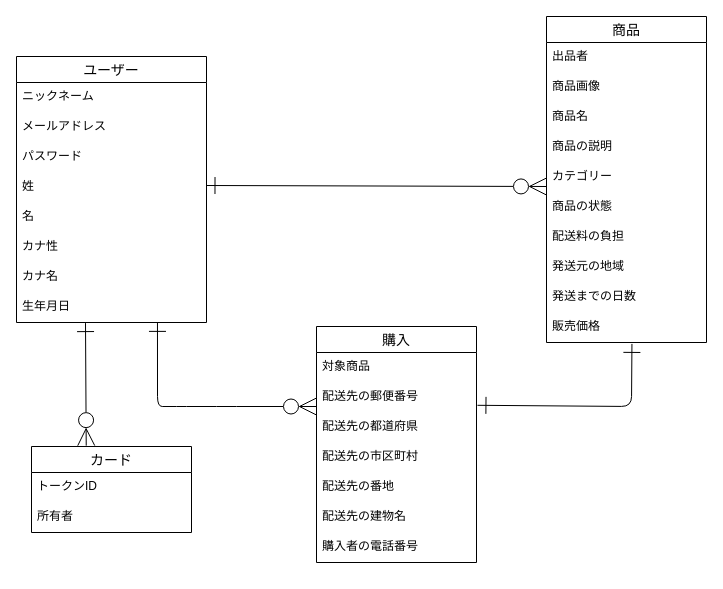
This is ER.dio from Yoshito21/furima-38911, a draw.io file, before an edit. Source tidied: cells renumbered, new cells numbered last; positions are measured from the earlier drawing's top-left corner, leaving out a move shared by most shapes. Both pictures are drawn from the tidied source at 100%, with x=0, y=0 at pixel (16, 16).
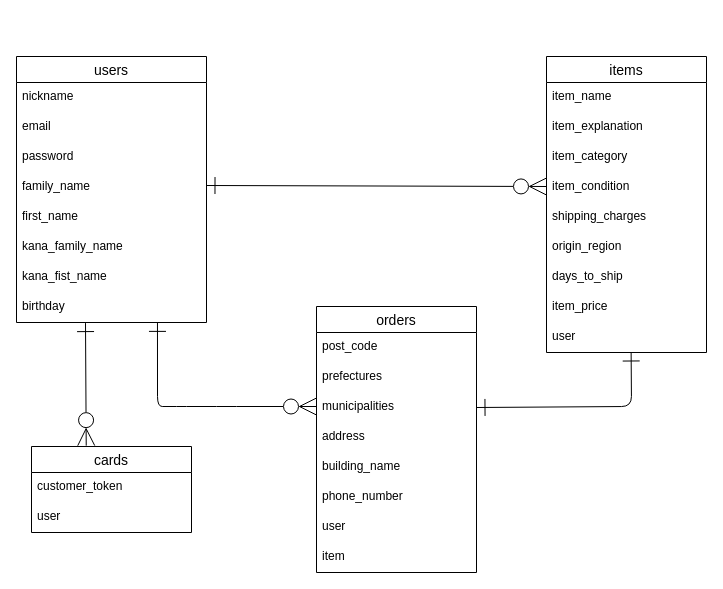
The same diagram, later.

Change to the diagram source:
```diff
@@
-    <mxCell id="2" value="ユーザー" style="swimlane;fontStyle=0;horizontal=1;startSize=26;align=center;fontSize=14;" parent="1" vertex="1">
+    <mxCell id="2" value="users" style="swimlane;fontStyle=0;horizontal=1;startSize=26;align=center;fontSize=14;" parent="1" vertex="1">
       <mxGeometry y="40" width="190" height="266" as="geometry" />
     </mxCell>
-    <mxCell id="3" value="ニックネーム" style="text;strokeColor=none;fillColor=none;spacingLeft=4;spacingRight=4;overflow=hidden;fontSize=12;" parent="2" vertex="1">
+    <mxCell id="3" value="nickname" style="text;strokeColor=none;fillColor=none;spacingLeft=4;spacingRight=4;overflow=hidden;fontSize=12;" parent="2" vertex="1">
       <mxGeometry y="26" width="190" height="30" as="geometry" />
     </mxCell>
-    <mxCell id="4" value="メールアドレス" style="text;strokeColor=none;fillColor=none;spacingLeft=4;spacingRight=4;overflow=hidden;fontSize=12;" parent="2" vertex="1">
+    <mxCell id="4" value="email" style="text;strokeColor=none;fillColor=none;spacingLeft=4;spacingRight=4;overflow=hidden;fontSize=12;" parent="2" vertex="1">
       <mxGeometry y="56" width="190" height="30" as="geometry" />
     </mxCell>
-    <mxCell id="5" value="パスワード" style="text;strokeColor=none;fillColor=none;spacingLeft=4;spacingRight=4;overflow=hidden;fontSize=12;" parent="2" vertex="1">
+    <mxCell id="5" value="password" style="text;strokeColor=none;fillColor=none;spacingLeft=4;spacingRight=4;overflow=hidden;fontSize=12;" parent="2" vertex="1">
       <mxGeometry y="86" width="190" height="30" as="geometry" />
     </mxCell>
-    <mxCell id="6" value="姓" style="text;strokeColor=none;fillColor=none;spacingLeft=4;spacingRight=4;overflow=hidden;fontSize=12;" parent="2" vertex="1">
+    <mxCell id="6" value="family_name" style="text;strokeColor=none;fillColor=none;spacingLeft=4;spacingRight=4;overflow=hidden;fontSize=12;" parent="2" vertex="1">
       <mxGeometry y="116" width="190" height="30" as="geometry" />
     </mxCell>
-    <mxCell id="7" value="名" style="text;strokeColor=none;fillColor=none;spacingLeft=4;spacingRight=4;overflow=hidden;fontSize=12;" parent="2" vertex="1">
+    <mxCell id="7" value="first_name" style="text;strokeColor=none;fillColor=none;spacingLeft=4;spacingRight=4;overflow=hidden;fontSize=12;" parent="2" vertex="1">
       <mxGeometry y="146" width="190" height="30" as="geometry" />
     </mxCell>
-    <mxCell id="8" value="カナ性" style="text;strokeColor=none;fillColor=none;spacingLeft=4;spacingRight=4;overflow=hidden;fontSize=12;" parent="2" vertex="1">
+    <mxCell id="8" value="kana_family_name" style="text;strokeColor=none;fillColor=none;spacingLeft=4;spacingRight=4;overflow=hidden;fontSize=12;" parent="2" vertex="1">
       <mxGeometry y="176" width="190" height="30" as="geometry" />
     </mxCell>
-    <mxCell id="9" value="カナ名" style="text;strokeColor=none;fillColor=none;spacingLeft=4;spacingRight=4;overflow=hidden;fontSize=12;" parent="2" vertex="1">
+    <mxCell id="9" value="kana_fist_name" style="text;strokeColor=none;fillColor=none;spacingLeft=4;spacingRight=4;overflow=hidden;fontSize=12;" parent="2" vertex="1">
       <mxGeometry y="206" width="190" height="30" as="geometry" />
     </mxCell>
-    <mxCell id="10" value="生年月日" style="text;strokeColor=none;fillColor=none;spacingLeft=4;spacingRight=4;overflow=hidden;points=[[0,0.5],[1,0.5]];portConstraint=eastwest;fontSize=12;" parent="2" vertex="1">
+    <mxCell id="10" value="birthday" style="text;strokeColor=none;fillColor=none;spacingLeft=4;spacingRight=4;overflow=hidden;points=[[0,0.5],[1,0.5]];portConstraint=eastwest;fontSize=12;" parent="2" vertex="1">
       <mxGeometry y="236" width="190" height="30" as="geometry" />
     </mxCell>
-    <mxCell id="11" value="商品" style="swimlane;fontStyle=0;horizontal=1;startSize=26;align=center;fontSize=14;" parent="1" vertex="1">
-      <mxGeometry x="530" width="160" height="326" as="geometry" />
+    <mxCell id="11" value="items" style="swimlane;fontStyle=0;horizontal=1;startSize=26;align=center;fontSize=14;" parent="1" vertex="1">
+      <mxGeometry x="530" y="40" width="160" height="296" as="geometry" />
     </mxCell>
-    <mxCell id="12" value="出品者" style="text;strokeColor=none;fillColor=none;spacingLeft=4;spacingRight=4;overflow=hidden;fontSize=12;" parent="11" vertex="1">
-      <mxGeometry y="26" width="160" height="30" as="geometry" />
-    </mxCell>
-    <mxCell id="13" value="商品画像" style="text;strokeColor=none;fillColor=none;spacingLeft=4;spacingRight=4;overflow=hidden;fontSize=12;" parent="11" vertex="1">
-      <mxGeometry y="56" width="160" height="30" as="geometry" />
-    </mxCell>
-    <mxCell id="14" value="商品名" style="text;strokeColor=none;fillColor=none;spacingLeft=4;spacingRight=4;overflow=hidden;fontSize=12;" parent="11" vertex="1">
-      <mxGeometry y="86" width="160" height="30" as="geometry" />
+    <mxCell id="14" value="item_name" style="text;strokeColor=none;fillColor=none;spacingLeft=4;spacingRight=4;overflow=hidden;fontSize=12;" parent="11" vertex="1">
+      <mxGeometry y="26" width="160" height="30" as="geometry" />
     </mxCell>
-    <mxCell id="15" value="商品の説明" style="text;strokeColor=none;fillColor=none;spacingLeft=4;spacingRight=4;overflow=hidden;fontSize=12;" parent="11" vertex="1">
-      <mxGeometry y="116" width="160" height="30" as="geometry" />
+    <mxCell id="15" value="item_explanation" style="text;strokeColor=none;fillColor=none;spacingLeft=4;spacingRight=4;overflow=hidden;fontSize=12;" parent="11" vertex="1">
+      <mxGeometry y="56" width="160" height="30" as="geometry" />
     </mxCell>
-    <mxCell id="16" value="カテゴリー" style="text;strokeColor=none;fillColor=none;spacingLeft=4;spacingRight=4;overflow=hidden;fontSize=12;" parent="11" vertex="1">
-      <mxGeometry y="146" width="160" height="30" as="geometry" />
+    <mxCell id="16" value="item_category" style="text;strokeColor=none;fillColor=none;spacingLeft=4;spacingRight=4;overflow=hidden;fontSize=12;" parent="11" vertex="1">
+      <mxGeometry y="86" width="160" height="30" as="geometry" />
     </mxCell>
-    <mxCell id="17" value="商品の状態" style="text;strokeColor=none;fillColor=none;spacingLeft=4;spacingRight=4;overflow=hidden;fontSize=12;" parent="11" vertex="1">
-      <mxGeometry y="176" width="160" height="30" as="geometry" />
+    <mxCell id="17" value="item_condition" style="text;strokeColor=none;fillColor=none;spacingLeft=4;spacingRight=4;overflow=hidden;fontSize=12;" parent="11" vertex="1">
+      <mxGeometry y="116" width="160" height="30" as="geometry" />
     </mxCell>
-    <mxCell id="18" value="配送料の負担" style="text;strokeColor=none;fillColor=none;spacingLeft=4;spacingRight=4;overflow=hidden;fontSize=12;" parent="11" vertex="1">
-      <mxGeometry y="206" width="160" height="30" as="geometry" />
+    <mxCell id="18" value="shipping_charges" style="text;strokeColor=none;fillColor=none;spacingLeft=4;spacingRight=4;overflow=hidden;fontSize=12;" parent="11" vertex="1">
+      <mxGeometry y="146" width="160" height="30" as="geometry" />
     </mxCell>
-    <mxCell id="19" value="発送元の地域" style="text;strokeColor=none;fillColor=none;spacingLeft=4;spacingRight=4;overflow=hidden;fontSize=12;" parent="11" vertex="1">
-      <mxGeometry y="236" width="160" height="30" as="geometry" />
+    <mxCell id="19" value="origin_region" style="text;strokeColor=none;fillColor=none;spacingLeft=4;spacingRight=4;overflow=hidden;fontSize=12;" parent="11" vertex="1">
+      <mxGeometry y="176" width="160" height="30" as="geometry" />
     </mxCell>
-    <mxCell id="20" value="発送までの日数" style="text;strokeColor=none;fillColor=none;spacingLeft=4;spacingRight=4;overflow=hidden;fontSize=12;" parent="11" vertex="1">
-      <mxGeometry y="266" width="160" height="30" as="geometry" />
+    <mxCell id="20" value="days_to_ship" style="text;strokeColor=none;fillColor=none;spacingLeft=4;spacingRight=4;overflow=hidden;fontSize=12;" parent="11" vertex="1">
+      <mxGeometry y="206" width="160" height="30" as="geometry" />
     </mxCell>
-    <mxCell id="21" value="販売価格" style="text;strokeColor=none;fillColor=none;spacingLeft=4;spacingRight=4;overflow=hidden;points=[[0,0.5],[1,0.5]];portConstraint=eastwest;fontSize=12;" parent="11" vertex="1">
-      <mxGeometry y="296" width="160" height="30" as="geometry" />
+    <mxCell id="21" value="item_price" style="text;strokeColor=none;fillColor=none;spacingLeft=4;spacingRight=4;overflow=hidden;points=[[0,0.5],[1,0.5]];portConstraint=eastwest;fontSize=12;" parent="11" vertex="1">
+      <mxGeometry y="236" width="160" height="30" as="geometry" />
     </mxCell>
+    <mxCell id="37" value="user" style="text;strokeColor=none;fillColor=none;spacingLeft=4;spacingRight=4;overflow=hidden;points=[[0,0.5],[1,0.5]];portConstraint=eastwest;fontSize=12;" parent="11" vertex="1">
+      <mxGeometry y="266" width="160" height="30" as="geometry" />
+    </mxCell>
@@
-    <mxCell id="23" value="購入" style="swimlane;fontStyle=0;horizontal=1;startSize=26;align=center;fontSize=14;" parent="1" vertex="1">
-      <mxGeometry x="300" y="310" width="160" height="236" as="geometry" />
+    <mxCell id="23" value="orders" style="swimlane;fontStyle=0;horizontal=1;startSize=26;align=center;fontSize=14;" parent="1" vertex="1">
+      <mxGeometry x="300" y="290" width="160" height="266" as="geometry" />
     </mxCell>
-    <mxCell id="24" value="対象商品" style="text;strokeColor=none;fillColor=none;spacingLeft=4;spacingRight=4;overflow=hidden;fontSize=12;" parent="23" vertex="1">
+    <mxCell id="24" value="post_code" style="text;strokeColor=none;fillColor=none;spacingLeft=4;spacingRight=4;overflow=hidden;fontSize=12;" parent="23" vertex="1">
       <mxGeometry y="26" width="160" height="30" as="geometry" />
     </mxCell>
-    <mxCell id="25" value="配送先の郵便番号" style="text;strokeColor=none;fillColor=none;spacingLeft=4;spacingRight=4;overflow=hidden;points=[[0,0.5],[1,0.5]];portConstraint=eastwest;fontSize=12;" parent="23" vertex="1">
+    <mxCell id="25" value="prefectures" style="text;strokeColor=none;fillColor=none;spacingLeft=4;spacingRight=4;overflow=hidden;points=[[0,0.5],[1,0.5]];portConstraint=eastwest;fontSize=12;" parent="23" vertex="1">
       <mxGeometry y="56" width="160" height="30" as="geometry" />
     </mxCell>
-    <mxCell id="26" value="配送先の都道府県" style="text;strokeColor=none;fillColor=none;spacingLeft=4;spacingRight=4;overflow=hidden;points=[[0,0.5],[1,0.5]];portConstraint=eastwest;fontSize=12;" parent="23" vertex="1">
+    <mxCell id="26" value="municipalities" style="text;strokeColor=none;fillColor=none;spacingLeft=4;spacingRight=4;overflow=hidden;points=[[0,0.5],[1,0.5]];portConstraint=eastwest;fontSize=12;" parent="23" vertex="1">
       <mxGeometry y="86" width="160" height="30" as="geometry" />
     </mxCell>
-    <mxCell id="27" value="配送先の市区町村" style="text;strokeColor=none;fillColor=none;spacingLeft=4;spacingRight=4;overflow=hidden;fontSize=12;" parent="23" vertex="1">
+    <mxCell id="27" value="address" style="text;strokeColor=none;fillColor=none;spacingLeft=4;spacingRight=4;overflow=hidden;fontSize=12;" parent="23" vertex="1">
       <mxGeometry y="116" width="160" height="30" as="geometry" />
     </mxCell>
-    <mxCell id="28" value="配送先の番地" style="text;strokeColor=none;fillColor=none;spacingLeft=4;spacingRight=4;overflow=hidden;fontSize=12;" parent="23" vertex="1">
+    <mxCell id="28" value="building_name" style="text;strokeColor=none;fillColor=none;spacingLeft=4;spacingRight=4;overflow=hidden;fontSize=12;" parent="23" vertex="1">
       <mxGeometry y="146" width="160" height="30" as="geometry" />
     </mxCell>
-    <mxCell id="29" value="配送先の建物名" style="text;strokeColor=none;fillColor=none;spacingLeft=4;spacingRight=4;overflow=hidden;fontSize=12;" parent="23" vertex="1">
+    <mxCell id="29" value="phone_number" style="text;strokeColor=none;fillColor=none;spacingLeft=4;spacingRight=4;overflow=hidden;fontSize=12;" parent="23" vertex="1">
       <mxGeometry y="176" width="160" height="30" as="geometry" />
     </mxCell>
-    <mxCell id="30" value="購入者の電話番号" style="text;strokeColor=none;fillColor=none;spacingLeft=4;spacingRight=4;overflow=hidden;fontSize=12;" parent="23" vertex="1">
+    <mxCell id="30" value="user" style="text;strokeColor=none;fillColor=none;spacingLeft=4;spacingRight=4;overflow=hidden;fontSize=12;" parent="23" vertex="1">
       <mxGeometry y="206" width="160" height="30" as="geometry" />
     </mxCell>
+    <mxCell id="38" value="item" style="text;strokeColor=none;fillColor=none;spacingLeft=4;spacingRight=4;overflow=hidden;fontSize=12;" parent="23" vertex="1">
+      <mxGeometry y="236" width="160" height="30" as="geometry" />
+    </mxCell>
@@
-    <mxCell id="32" style="edgeStyle=none;html=1;exitX=1.006;exitY=0.76;exitDx=0;exitDy=0;entryX=0.534;entryY=1.047;entryDx=0;entryDy=0;entryPerimeter=0;endSize=15;startSize=15;startArrow=ERone;startFill=0;endArrow=ERone;endFill=0;exitPerimeter=0;" parent="1" edge="1" source="25" target="21">
+    <mxCell id="32" style="edgeStyle=none;html=1;exitX=1;exitY=0.5;exitDx=0;exitDy=0;entryX=0.529;entryY=1;entryDx=0;entryDy=0;entryPerimeter=0;endSize=15;startSize=15;startArrow=ERone;startFill=0;endArrow=ERone;endFill=0;" parent="1" edge="1" source="26" target="37">
       <mxGeometry relative="1" as="geometry">
         <Array as="points">
           <mxPoint x="615" y="390" />
         </Array>
       </mxGeometry>
     </mxCell>
@@
-    <mxCell id="34" value="カード" style="swimlane;fontStyle=0;horizontal=1;startSize=26;align=center;fontSize=14;" parent="1" vertex="1">
+    <mxCell id="34" value="cards" style="swimlane;fontStyle=0;horizontal=1;startSize=26;align=center;fontSize=14;" parent="1" vertex="1">
       <mxGeometry x="15" y="430" width="160" height="86" as="geometry" />
     </mxCell>
-    <mxCell id="35" value="トークンID" style="text;strokeColor=none;fillColor=none;spacingLeft=4;spacingRight=4;overflow=hidden;fontSize=12;" parent="34" vertex="1">
+    <mxCell id="35" value="customer_token" style="text;strokeColor=none;fillColor=none;spacingLeft=4;spacingRight=4;overflow=hidden;fontSize=12;" parent="34" vertex="1">
       <mxGeometry y="26" width="160" height="30" as="geometry" />
     </mxCell>
-    <mxCell id="36" value="所有者" style="text;strokeColor=none;fillColor=none;spacingLeft=4;spacingRight=4;overflow=hidden;fontSize=12;" parent="34" vertex="1">
+    <mxCell id="36" value="user" style="text;strokeColor=none;fillColor=none;spacingLeft=4;spacingRight=4;overflow=hidden;fontSize=12;" parent="34" vertex="1">
       <mxGeometry y="56" width="160" height="30" as="geometry" />
     </mxCell>
```
